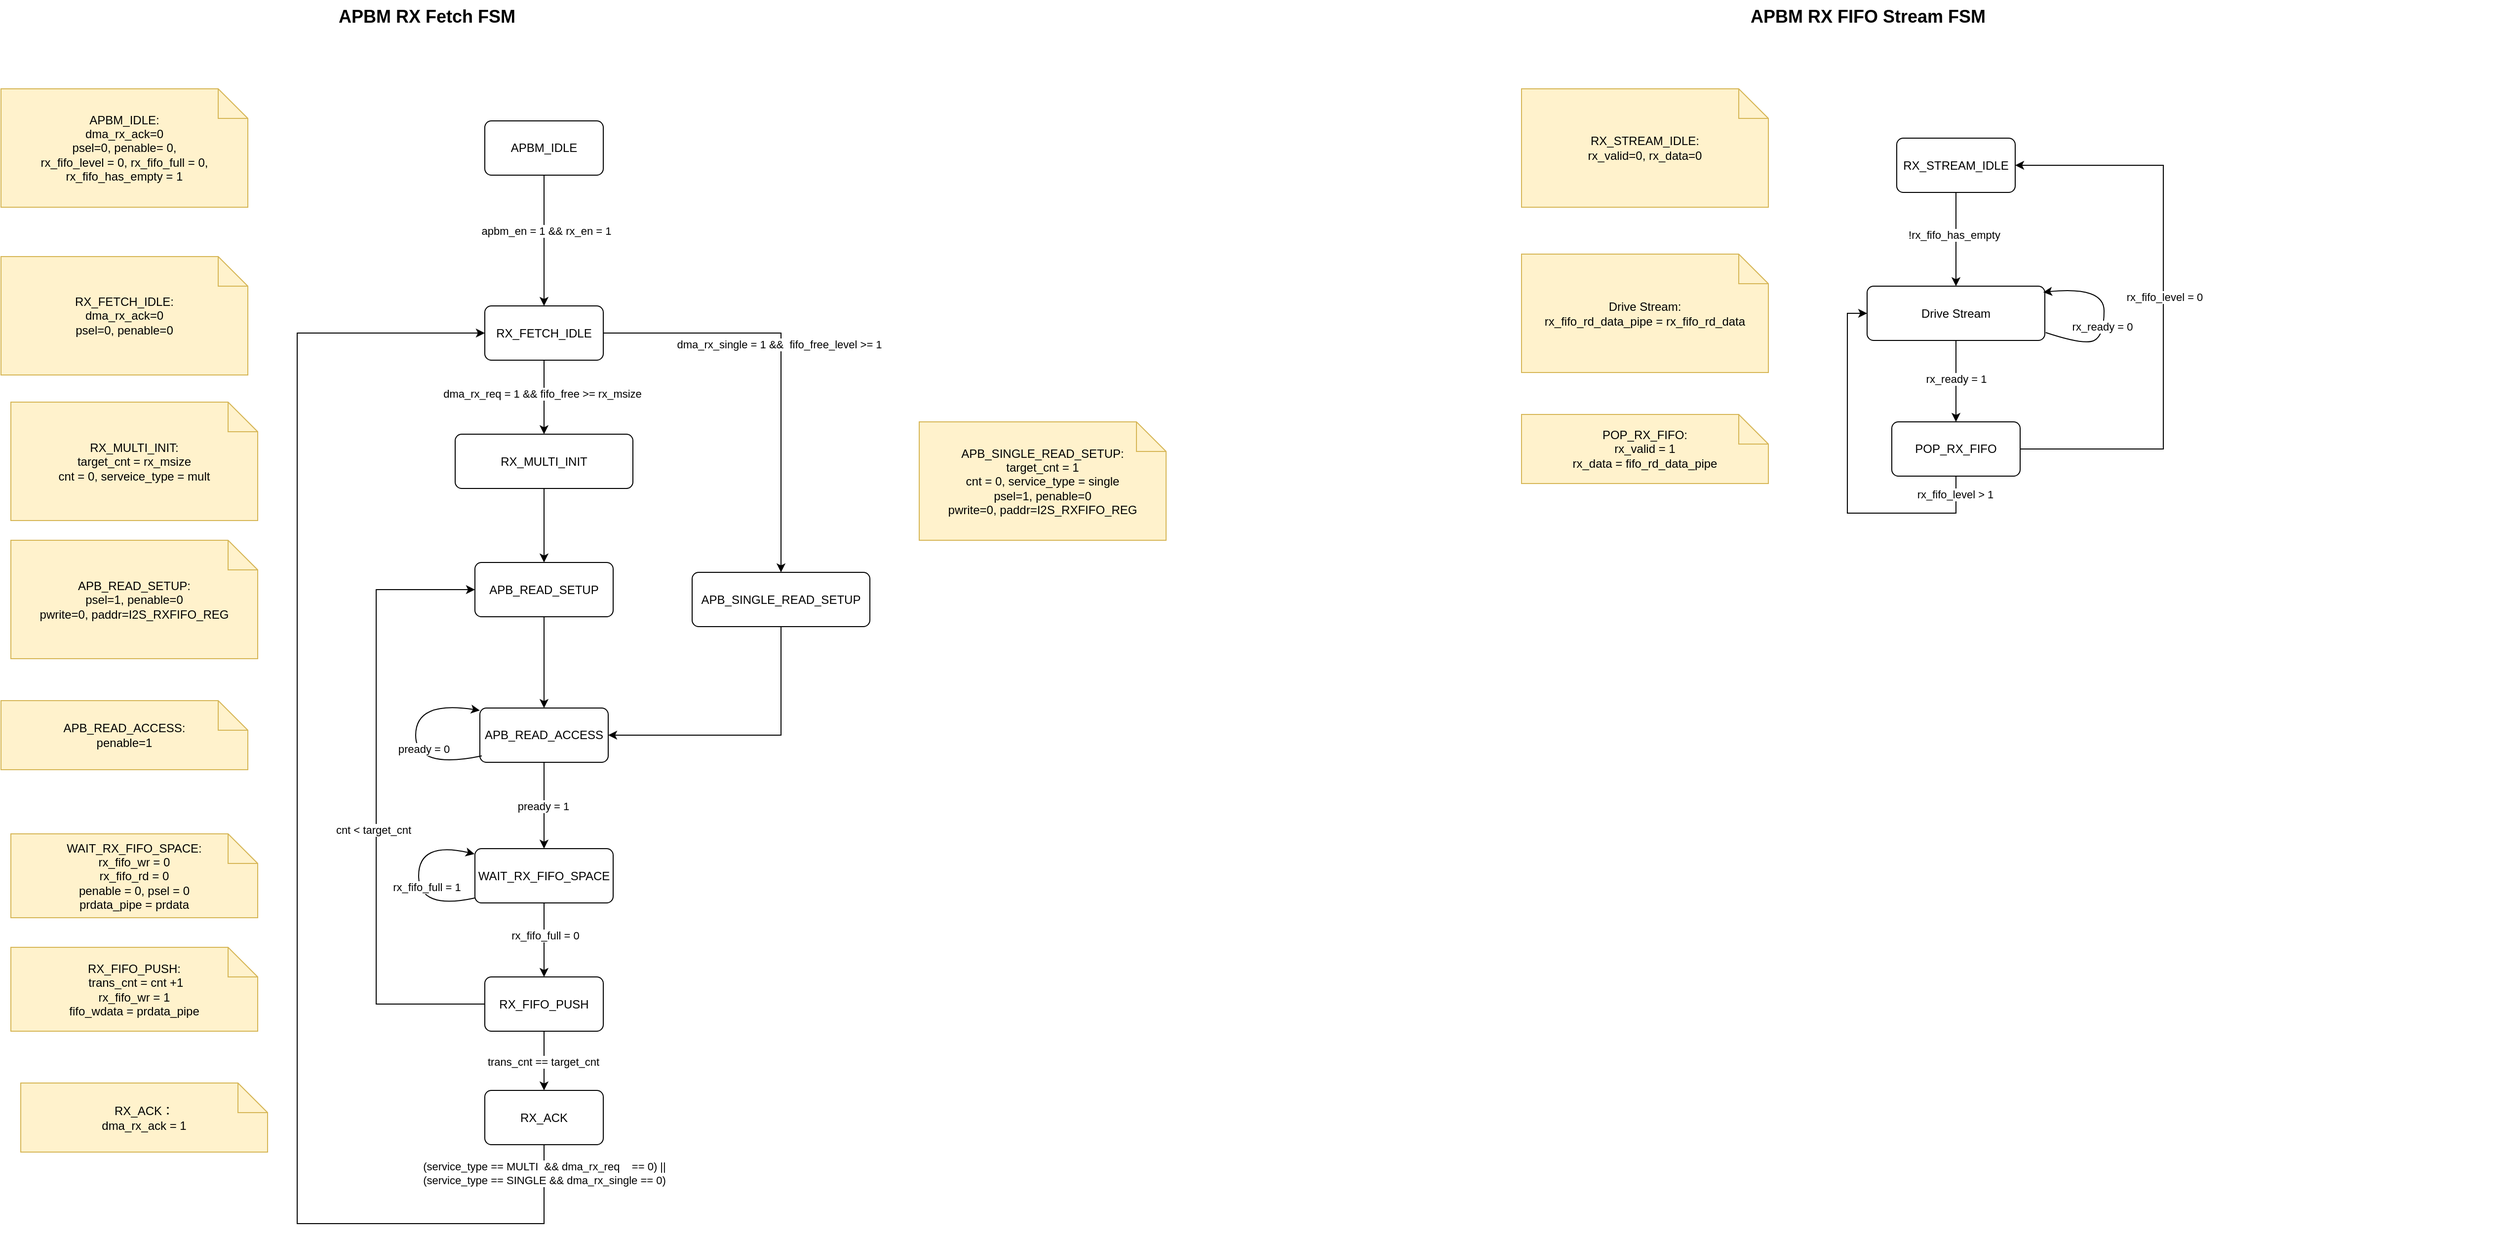
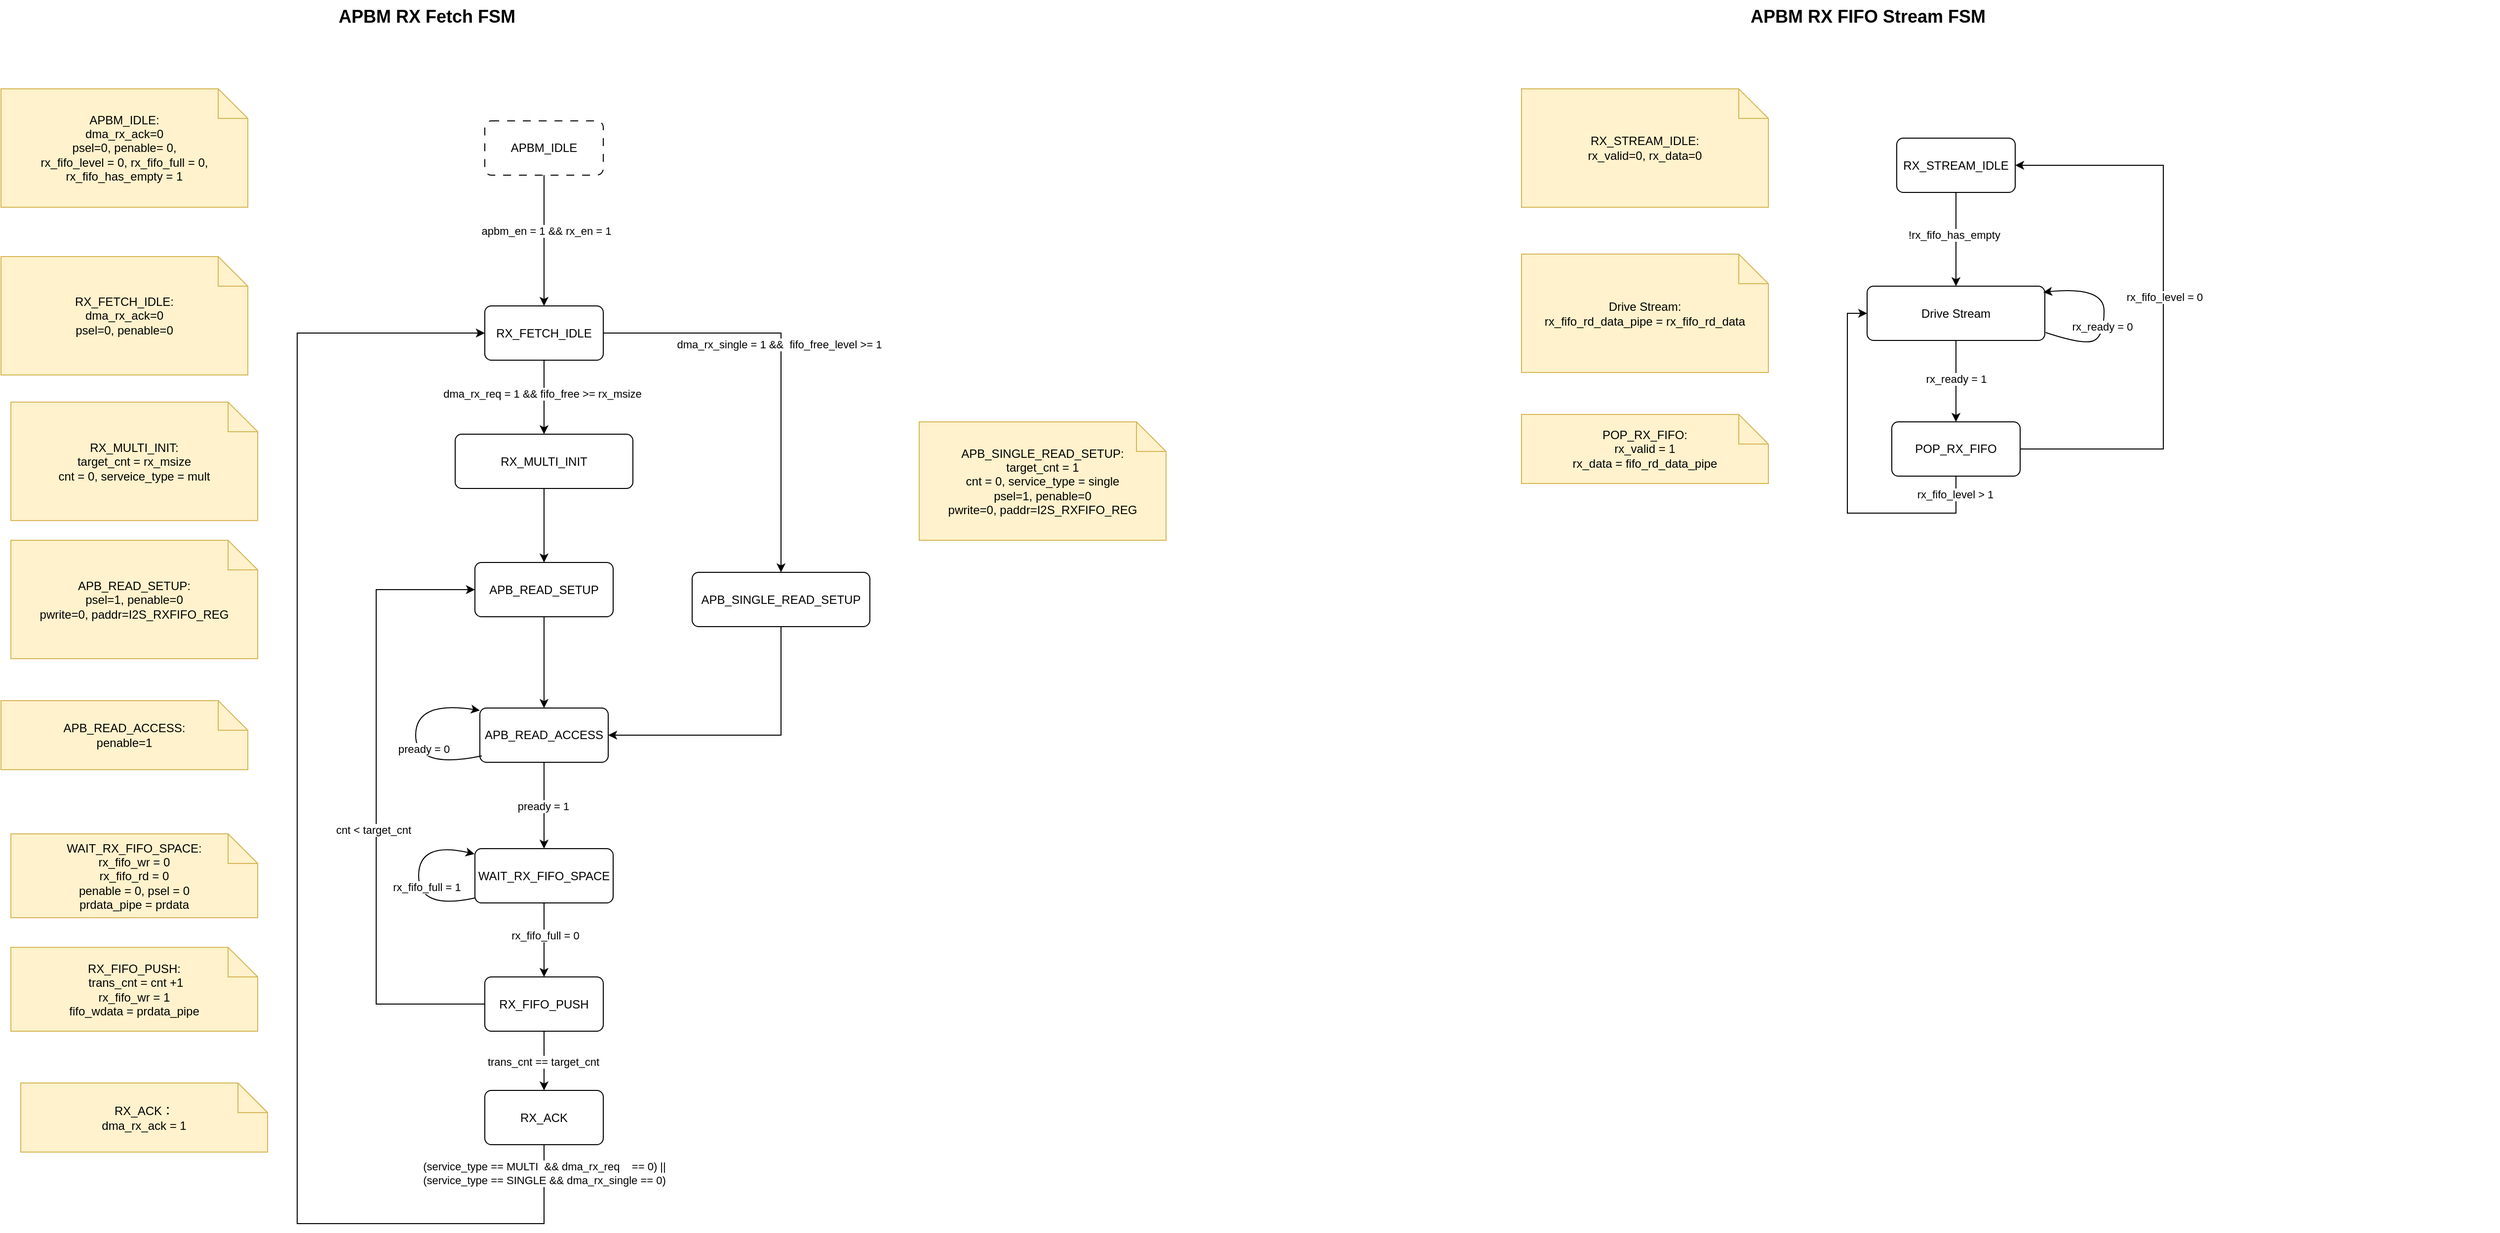
- <mxfile host="Electron" agent="ChatGPT">
+ <mxfile host="app.diagrams.net" agent="ChatGPT">
  <diagram id="apbm_rx_fetch_fsm" name="APBM_RX_Fetch_FSM">
-     <mxGraphModel dx="4502" dy="2156" grid="1" gridSize="10" guides="1" tooltips="1" connect="1" arrows="1" fold="1" page="1" pageScale="1" pageWidth="1654" pageHeight="2339" math="0" shadow="0">
+     <mxGraphModel dx="2514" dy="486" grid="1" gridSize="10" guides="1" tooltips="1" connect="1" arrows="1" fold="1" page="1" pageScale="1" pageWidth="1654" pageHeight="2339" math="0" shadow="0">
      <root>
        <mxCell id="0" />
        <mxCell id="1" parent="0" />
        <mxCell id="title" parent="1" style="text;html=1;strokeColor=none;fillColor=none;fontSize=18;fontStyle=1;" value="APBM RX Fetch FSM&amp;nbsp;&amp;nbsp;" vertex="1">
          <mxGeometry height="40" width="760" x="120" y="10" as="geometry" />
        </mxCell>
        <mxCell id="idle" parent="1" style="rounded=1;whiteSpace=wrap;html=1;arcSize=12;fillColor=#ffffff;strokeColor=#000000;" value="RX_FETCH_IDLE" vertex="1">
          <mxGeometry height="55" width="120" x="270" y="320" as="geometry" />
        </mxCell>
        <mxCell id="b5V3izeqS-97gPEoPy1i-3" parent="1" style="rounded=1;whiteSpace=wrap;html=1;arcSize=12;fillColor=#ffffff;strokeColor=#000000;" value="APB_READ_SETUP" vertex="1">
          <mxGeometry height="55" width="140" x="260" y="580" as="geometry" />
        </mxCell>
        <mxCell id="b5V3izeqS-97gPEoPy1i-7" edge="1" parent="1" source="idle" style="endArrow=classic;html=1;rounded=0;exitX=0.5;exitY=1;exitDx=0;exitDy=0;entryX=0.5;entryY=0;entryDx=0;entryDy=0;" target="b5V3izeqS-97gPEoPy1i-90" value="">
          <mxGeometry height="50" relative="1" width="50" as="geometry">
            <mxPoint x="350" y="440" as="sourcePoint" />
            <mxPoint x="330" y="450" as="targetPoint" />
          </mxGeometry>
        </mxCell>
        <mxCell id="b5V3izeqS-97gPEoPy1i-8" connectable="0" parent="b5V3izeqS-97gPEoPy1i-7" style="edgeLabel;html=1;align=center;verticalAlign=middle;resizable=0;points=[];" value="dma_rx_req = 1 &amp;amp;&amp;amp; fifo_free &amp;gt;= rx_msize" vertex="1">
          <mxGeometry relative="1" x="-0.0927" y="-2" as="geometry">
            <mxPoint as="offset" />
          </mxGeometry>
        </mxCell>
        <mxCell id="b5V3izeqS-97gPEoPy1i-9" parent="1" style="shape=note;whiteSpace=wrap;html=1;fillColor=#fff2cc;strokeColor=#d6b656;" value="APB_READ_SETUP:&lt;div&gt;psel=1, penable=0&lt;br&gt;pwrite=0, paddr=I2S_RXFIFO_REG&lt;/div&gt;" vertex="1">
          <mxGeometry height="120" width="250" x="-210" y="557.5" as="geometry" />
        </mxCell>
        <mxCell id="b5V3izeqS-97gPEoPy1i-10" parent="1" style="rounded=1;whiteSpace=wrap;html=1;arcSize=12;fillColor=#ffffff;strokeColor=#000000;" value="APB_READ_ACCESS" vertex="1">
          <mxGeometry height="55" width="130" x="265" y="727.5" as="geometry" />
        </mxCell>
        <mxCell id="b5V3izeqS-97gPEoPy1i-11" edge="1" parent="1" source="b5V3izeqS-97gPEoPy1i-3" style="endArrow=classic;html=1;rounded=0;exitX=0.5;exitY=1;exitDx=0;exitDy=0;entryX=0.5;entryY=0;entryDx=0;entryDy=0;" target="b5V3izeqS-97gPEoPy1i-10" value="">
          <mxGeometry height="50" relative="1" width="50" as="geometry">
            <mxPoint x="340" y="710" as="sourcePoint" />
            <mxPoint x="390" y="660" as="targetPoint" />
          </mxGeometry>
        </mxCell>
        <mxCell id="b5V3izeqS-97gPEoPy1i-13" parent="1" style="shape=note;whiteSpace=wrap;html=1;fillColor=#fff2cc;strokeColor=#d6b656;" value="APB_READ_ACCESS:&lt;br&gt;penable=1" vertex="1">
          <mxGeometry height="70" width="250" x="-220" y="720" as="geometry" />
        </mxCell>
        <mxCell id="b5V3izeqS-97gPEoPy1i-14" edge="1" parent="1" source="b5V3izeqS-97gPEoPy1i-10" style="curved=1;endArrow=classic;html=1;rounded=0;exitX=0.015;exitY=0.881;exitDx=0;exitDy=0;entryX=0;entryY=0;entryDx=0;entryDy=0;exitPerimeter=0;" value="">
          <mxGeometry height="50" relative="1" width="50" as="geometry">
            <Array as="points">
              <mxPoint x="200" y="790" />
              <mxPoint x="200" y="720" />
            </Array>
            <mxPoint x="265" y="785" as="sourcePoint" />
            <mxPoint x="265" y="730" as="targetPoint" />
          </mxGeometry>
        </mxCell>
        <mxCell id="b5V3izeqS-97gPEoPy1i-15" connectable="0" parent="b5V3izeqS-97gPEoPy1i-14" style="edgeLabel;html=1;align=center;verticalAlign=middle;resizable=0;points=[];" value="pready = 0" vertex="1">
          <mxGeometry relative="1" x="-0.1215" y="-8" as="geometry">
            <mxPoint as="offset" />
          </mxGeometry>
        </mxCell>
        <mxCell id="b5V3izeqS-97gPEoPy1i-16" parent="1" style="rounded=1;whiteSpace=wrap;html=1;arcSize=12;fillColor=#ffffff;strokeColor=#000000;" value="WAIT_RX_FIFO_SPACE" vertex="1">
          <mxGeometry height="55" width="140" x="260" y="870" as="geometry" />
        </mxCell>
        <mxCell id="b5V3izeqS-97gPEoPy1i-18" edge="1" parent="1" source="b5V3izeqS-97gPEoPy1i-10" style="endArrow=classic;html=1;rounded=0;exitX=0.5;exitY=1;exitDx=0;exitDy=0;entryX=0.5;entryY=0;entryDx=0;entryDy=0;" target="b5V3izeqS-97gPEoPy1i-16" value="">
          <mxGeometry height="50" relative="1" width="50" as="geometry">
            <mxPoint x="320" y="860" as="sourcePoint" />
            <mxPoint x="370" y="810" as="targetPoint" />
          </mxGeometry>
        </mxCell>
        <mxCell id="b5V3izeqS-97gPEoPy1i-19" connectable="0" parent="b5V3izeqS-97gPEoPy1i-18" style="edgeLabel;html=1;align=center;verticalAlign=middle;resizable=0;points=[];" value="pready = 1" vertex="1">
          <mxGeometry relative="1" x="0.0089" y="-1" as="geometry">
            <mxPoint as="offset" />
          </mxGeometry>
        </mxCell>
        <mxCell id="b5V3izeqS-97gPEoPy1i-20" parent="1" style="shape=note;whiteSpace=wrap;html=1;fillColor=#fff2cc;strokeColor=#d6b656;" value="WAIT_RX_FIFO_SPACE:&lt;div&gt;rx_fifo_wr = 0&lt;/div&gt;&lt;div&gt;rx_fifo_rd = 0&lt;br&gt;&lt;/div&gt;&lt;div&gt;penable = 0, psel = 0&lt;/div&gt;&lt;div&gt;prdata_pipe = prdata&lt;/div&gt;" vertex="1">
          <mxGeometry height="85" width="250" x="-210" y="855" as="geometry" />
        </mxCell>
        <mxCell id="b5V3izeqS-97gPEoPy1i-21" parent="1" style="rounded=1;whiteSpace=wrap;html=1;arcSize=12;fillColor=#ffffff;strokeColor=#000000;" value="RX_ACK" vertex="1">
          <mxGeometry height="55" width="120" x="270" y="1115" as="geometry" />
        </mxCell>
        <mxCell id="b5V3izeqS-97gPEoPy1i-26" edge="1" parent="1" source="b5V3izeqS-97gPEoPy1i-75" style="endArrow=classic;html=1;rounded=0;exitX=0.5;exitY=1;exitDx=0;exitDy=0;" value="">
          <mxGeometry height="50" relative="1" width="50" as="geometry">
            <mxPoint x="329.57" y="1040" as="sourcePoint" />
            <mxPoint x="330" y="1115" as="targetPoint" />
          </mxGeometry>
        </mxCell>
        <mxCell id="b5V3izeqS-97gPEoPy1i-27" connectable="0" parent="b5V3izeqS-97gPEoPy1i-26" style="edgeLabel;html=1;align=center;verticalAlign=middle;resizable=0;points=[];" value="trans_cnt == target_cnt" vertex="1">
          <mxGeometry relative="1" x="0.0089" y="-1" as="geometry">
            <mxPoint as="offset" />
          </mxGeometry>
        </mxCell>
        <mxCell id="b5V3izeqS-97gPEoPy1i-28" parent="1" style="shape=note;whiteSpace=wrap;html=1;fillColor=#fff2cc;strokeColor=#d6b656;" value="RX_ACK：&lt;div&gt;dma_rx_ack = 1&lt;/div&gt;" vertex="1">
          <mxGeometry height="70" width="250" x="-200" y="1107.5" as="geometry" />
        </mxCell>
        <mxCell id="b5V3izeqS-97gPEoPy1i-29" parent="1" style="shape=note;whiteSpace=wrap;html=1;fillColor=#fff2cc;strokeColor=#d6b656;" value="RX_FETCH_IDLE:&lt;div&gt;dma_rx_ack=0&lt;/div&gt;&lt;div&gt;psel=0, penable=0&lt;br&gt;&lt;/div&gt;" vertex="1">
          <mxGeometry height="120" width="250" x="-220" y="270" as="geometry" />
        </mxCell>
        <mxCell id="b5V3izeqS-97gPEoPy1i-30" edge="1" parent="1" source="b5V3izeqS-97gPEoPy1i-21" style="endArrow=classic;html=1;rounded=0;exitX=0.5;exitY=1;exitDx=0;exitDy=0;edgeStyle=orthogonalEdgeStyle;entryX=0;entryY=0.5;entryDx=0;entryDy=0;" target="idle" value="">
          <mxGeometry height="50" relative="1" width="50" as="geometry">
            <Array as="points">
              <mxPoint x="330" y="1250" />
              <mxPoint x="80" y="1250" />
              <mxPoint x="80" y="348" />
            </Array>
            <mxPoint x="219.95" y="932.5" as="sourcePoint" />
            <mxPoint x="160" y="345" as="targetPoint" />
          </mxGeometry>
        </mxCell>
        <mxCell id="b5V3izeqS-97gPEoPy1i-74" connectable="0" parent="b5V3izeqS-97gPEoPy1i-30" style="edgeLabel;html=1;align=center;verticalAlign=middle;resizable=0;points=[];" value="&lt;div&gt;(service_type == MULTI&amp;nbsp; &amp;amp;&amp;amp; dma_rx_req&amp;nbsp; &amp;nbsp; == 0) ||&lt;/div&gt;&lt;div&gt;(service_type == SINGLE &amp;amp;&amp;amp; dma_rx_single == 0)&lt;/div&gt;" vertex="1">
          <mxGeometry relative="1" x="-0.9589" as="geometry">
            <mxPoint as="offset" />
          </mxGeometry>
        </mxCell>
        <mxCell id="b5V3izeqS-97gPEoPy1i-31" edge="1" parent="1" source="idle" style="endArrow=classic;html=1;rounded=0;exitX=1;exitY=0.5;exitDx=0;exitDy=0;edgeStyle=orthogonalEdgeStyle;entryX=0.5;entryY=0;entryDx=0;entryDy=0;" target="b5V3izeqS-97gPEoPy1i-34" value="">
          <mxGeometry height="50" relative="1" width="50" as="geometry">
            <mxPoint x="560" y="420" as="sourcePoint" />
            <mxPoint x="570" y="440" as="targetPoint" />
          </mxGeometry>
        </mxCell>
        <mxCell id="b5V3izeqS-97gPEoPy1i-32" connectable="0" parent="b5V3izeqS-97gPEoPy1i-31" style="edgeLabel;html=1;align=center;verticalAlign=middle;resizable=0;points=[];" value="dma_rx_single = 1 &amp;amp;&amp;amp;&amp;nbsp; fifo_free_level &amp;gt;= 1" vertex="1">
          <mxGeometry relative="1" x="-0.0927" y="-2" as="geometry">
            <mxPoint as="offset" />
          </mxGeometry>
        </mxCell>
        <mxCell id="b5V3izeqS-97gPEoPy1i-34" parent="1" style="rounded=1;whiteSpace=wrap;html=1;arcSize=12;fillColor=#ffffff;strokeColor=#000000;" value="APB_SINGLE_READ_SETUP" vertex="1">
          <mxGeometry height="55" width="180" x="480" y="590" as="geometry" />
        </mxCell>
        <mxCell id="b5V3izeqS-97gPEoPy1i-35" parent="1" style="shape=note;whiteSpace=wrap;html=1;fillColor=#fff2cc;strokeColor=#d6b656;" value="APB_SINGLE_READ_SETUP:&lt;div&gt;target_cnt = 1&lt;br&gt;cnt = 0, service_type = single&lt;/div&gt;&lt;div&gt;psel=1, penable=0&lt;br&gt;pwrite=0, paddr=I2S_RXFIFO_REG&lt;/div&gt;" vertex="1">
          <mxGeometry height="120" width="250" x="710" y="437.5" as="geometry" />
        </mxCell>
        <mxCell id="b5V3izeqS-97gPEoPy1i-39" edge="1" parent="1" source="b5V3izeqS-97gPEoPy1i-34" style="endArrow=classic;html=1;rounded=0;exitX=0.5;exitY=1;exitDx=0;exitDy=0;entryX=1;entryY=0.5;entryDx=0;entryDy=0;edgeStyle=orthogonalEdgeStyle;" target="b5V3izeqS-97gPEoPy1i-10" value="">
          <mxGeometry height="50" relative="1" width="50" as="geometry">
            <mxPoint x="540" y="830" as="sourcePoint" />
            <mxPoint x="590" y="780" as="targetPoint" />
          </mxGeometry>
        </mxCell>
        <mxCell id="b5V3izeqS-97gPEoPy1i-40" parent="1" style="text;html=1;strokeColor=none;fillColor=none;fontSize=18;fontStyle=1;" value="APBM RX FIFO Stream FSM&amp;nbsp;&amp;nbsp;" vertex="1">
          <mxGeometry height="40" width="760" x="1550" y="10" as="geometry" />
        </mxCell>
        <mxCell id="b5V3izeqS-97gPEoPy1i-41" parent="1" style="rounded=1;whiteSpace=wrap;html=1;arcSize=12;fillColor=#ffffff;strokeColor=#000000;" value="RX_STREAM_IDLE" vertex="1">
          <mxGeometry height="55" width="120" x="1700" y="150" as="geometry" />
        </mxCell>
        <mxCell id="b5V3izeqS-97gPEoPy1i-42" parent="1" style="rounded=1;whiteSpace=wrap;html=1;arcSize=12;fillColor=#ffffff;strokeColor=#000000;" value="Drive Stream" vertex="1">
          <mxGeometry height="55" width="180" x="1670" y="300" as="geometry" />
        </mxCell>
        <mxCell id="b5V3izeqS-97gPEoPy1i-43" edge="1" parent="1" source="b5V3izeqS-97gPEoPy1i-41" style="endArrow=classic;html=1;rounded=0;exitX=0.5;exitY=1;exitDx=0;exitDy=0;entryX=0.5;entryY=0;entryDx=0;entryDy=0;" target="b5V3izeqS-97gPEoPy1i-42" value="">
          <mxGeometry height="50" relative="1" width="50" as="geometry">
            <mxPoint x="1780" y="270" as="sourcePoint" />
            <mxPoint x="1830" y="220" as="targetPoint" />
          </mxGeometry>
        </mxCell>
        <mxCell id="b5V3izeqS-97gPEoPy1i-44" connectable="0" parent="b5V3izeqS-97gPEoPy1i-43" style="edgeLabel;html=1;align=center;verticalAlign=middle;resizable=0;points=[];" value="!rx_fifo_has_empty" vertex="1">
          <mxGeometry relative="1" x="-0.0927" y="-2" as="geometry">
            <mxPoint as="offset" />
          </mxGeometry>
        </mxCell>
        <mxCell id="b5V3izeqS-97gPEoPy1i-45" parent="1" style="shape=note;whiteSpace=wrap;html=1;fillColor=#fff2cc;strokeColor=#d6b656;" value="Drive Stream:&lt;div&gt;rx_fifo_rd_data_pipe = rx_fifo_rd_data&lt;br&gt;&lt;/div&gt;" vertex="1">
          <mxGeometry height="120" width="250" x="1320" y="267.5" as="geometry" />
        </mxCell>
        <mxCell id="b5V3izeqS-97gPEoPy1i-46" parent="1" style="rounded=1;whiteSpace=wrap;html=1;arcSize=12;fillColor=#ffffff;strokeColor=#000000;" value="POP_RX_FIFO" vertex="1">
          <mxGeometry height="55" width="130" x="1695" y="437.5" as="geometry" />
        </mxCell>
        <mxCell id="b5V3izeqS-97gPEoPy1i-47" edge="1" parent="1" source="b5V3izeqS-97gPEoPy1i-42" style="endArrow=classic;html=1;rounded=0;exitX=0.5;exitY=1;exitDx=0;exitDy=0;entryX=0.5;entryY=0;entryDx=0;entryDy=0;" target="b5V3izeqS-97gPEoPy1i-46" value="">
          <mxGeometry height="50" relative="1" width="50" as="geometry">
            <mxPoint x="1770" y="420" as="sourcePoint" />
            <mxPoint x="1820" y="370" as="targetPoint" />
          </mxGeometry>
        </mxCell>
        <mxCell id="b5V3izeqS-97gPEoPy1i-68" connectable="0" parent="b5V3izeqS-97gPEoPy1i-47" style="edgeLabel;html=1;align=center;verticalAlign=middle;resizable=0;points=[];" value="rx_ready = 1" vertex="1">
          <mxGeometry relative="1" x="-0.0537" as="geometry">
            <mxPoint as="offset" />
          </mxGeometry>
        </mxCell>
        <mxCell id="b5V3izeqS-97gPEoPy1i-48" parent="1" style="shape=note;whiteSpace=wrap;html=1;fillColor=#fff2cc;strokeColor=#d6b656;" value="POP_RX_FIFO:&lt;div&gt;rx_valid = 1&lt;/div&gt;&lt;div&gt;rx_data = fifo_rd_data_pipe&lt;/div&gt;" vertex="1">
          <mxGeometry height="70" width="250" x="1320" y="430" as="geometry" />
        </mxCell>
        <mxCell id="b5V3izeqS-97gPEoPy1i-59" parent="1" style="shape=note;whiteSpace=wrap;html=1;fillColor=#fff2cc;strokeColor=#d6b656;" value="RX_STREAM_IDLE:&lt;div&gt;rx_valid=0, rx_data=0&lt;/div&gt;" vertex="1">
          <mxGeometry height="120" width="250" x="1320" y="100" as="geometry" />
        </mxCell>
        <mxCell id="b5V3izeqS-97gPEoPy1i-69" edge="1" parent="1" source="b5V3izeqS-97gPEoPy1i-46" style="endArrow=classic;html=1;rounded=0;exitX=0.5;exitY=1;exitDx=0;exitDy=0;entryX=0;entryY=0.5;entryDx=0;entryDy=0;edgeStyle=orthogonalEdgeStyle;" target="b5V3izeqS-97gPEoPy1i-42" value="">
          <mxGeometry height="50" relative="1" width="50" as="geometry">
            <Array as="points">
              <mxPoint x="1760" y="530" />
              <mxPoint x="1650" y="530" />
              <mxPoint x="1650" y="328" />
            </Array>
            <mxPoint x="1950" y="430" as="sourcePoint" />
            <mxPoint x="2000" y="380" as="targetPoint" />
          </mxGeometry>
        </mxCell>
        <mxCell id="b5V3izeqS-97gPEoPy1i-71" connectable="0" parent="b5V3izeqS-97gPEoPy1i-69" style="edgeLabel;html=1;align=center;verticalAlign=middle;resizable=0;points=[];" value="rx_fifo_level &amp;gt; 1" vertex="1">
          <mxGeometry relative="1" x="-0.9016" y="-1" as="geometry">
            <mxPoint as="offset" />
          </mxGeometry>
        </mxCell>
        <mxCell id="b5V3izeqS-97gPEoPy1i-72" edge="1" parent="1" source="b5V3izeqS-97gPEoPy1i-46" style="endArrow=classic;html=1;rounded=0;exitX=1;exitY=0.5;exitDx=0;exitDy=0;entryX=1;entryY=0.5;entryDx=0;entryDy=0;edgeStyle=orthogonalEdgeStyle;" target="b5V3izeqS-97gPEoPy1i-41" value="">
          <mxGeometry height="50" relative="1" width="50" as="geometry">
            <Array as="points">
              <mxPoint x="1970" y="465" />
              <mxPoint x="1970" y="178" />
            </Array>
            <mxPoint x="1910" y="460" as="sourcePoint" />
            <mxPoint x="1960" y="410" as="targetPoint" />
          </mxGeometry>
        </mxCell>
        <mxCell id="b5V3izeqS-97gPEoPy1i-73" connectable="0" parent="b5V3izeqS-97gPEoPy1i-72" style="edgeLabel;html=1;align=center;verticalAlign=middle;resizable=0;points=[];" value="rx_fifo_level = 0" vertex="1">
          <mxGeometry relative="1" x="0.0267" y="-1" as="geometry">
            <mxPoint as="offset" />
          </mxGeometry>
        </mxCell>
        <mxCell id="b5V3izeqS-97gPEoPy1i-75" parent="1" style="rounded=1;whiteSpace=wrap;html=1;arcSize=12;fillColor=#ffffff;strokeColor=#000000;" value="RX_FIFO_PUSH" vertex="1">
          <mxGeometry height="55" width="120" x="270" y="1000" as="geometry" />
        </mxCell>
        <mxCell id="b5V3izeqS-97gPEoPy1i-76" edge="1" parent="1" source="b5V3izeqS-97gPEoPy1i-16" style="endArrow=classic;html=1;rounded=0;exitX=0.5;exitY=1;exitDx=0;exitDy=0;entryX=0.5;entryY=0;entryDx=0;entryDy=0;" target="b5V3izeqS-97gPEoPy1i-75" value="">
          <mxGeometry height="50" relative="1" width="50" as="geometry">
            <mxPoint x="400" y="990" as="sourcePoint" />
            <mxPoint x="450" y="940" as="targetPoint" />
          </mxGeometry>
        </mxCell>
        <mxCell id="b5V3izeqS-97gPEoPy1i-77" connectable="0" parent="b5V3izeqS-97gPEoPy1i-76" style="edgeLabel;html=1;align=center;verticalAlign=middle;resizable=0;points=[];" value="rx_fifo_full = 0" vertex="1">
          <mxGeometry relative="1" x="-0.1138" y="1" as="geometry">
            <mxPoint as="offset" />
          </mxGeometry>
        </mxCell>
        <mxCell id="b5V3izeqS-97gPEoPy1i-78" edge="1" parent="1" style="curved=1;endArrow=classic;html=1;rounded=0;entryX=-0.002;entryY=0.099;entryDx=0;entryDy=0;entryPerimeter=0;" target="b5V3izeqS-97gPEoPy1i-16" value="">
          <mxGeometry height="50" relative="1" width="50" as="geometry">
            <Array as="points">
              <mxPoint x="203" y="932.5" />
              <mxPoint x="203" y="862.5" />
            </Array>
            <mxPoint x="260" y="920" as="sourcePoint" />
            <mxPoint x="268" y="872.5" as="targetPoint" />
          </mxGeometry>
        </mxCell>
        <mxCell id="b5V3izeqS-97gPEoPy1i-79" connectable="0" parent="b5V3izeqS-97gPEoPy1i-78" style="edgeLabel;html=1;align=center;verticalAlign=middle;resizable=0;points=[];" value="rx_fifo_full = 1" vertex="1">
          <mxGeometry relative="1" x="-0.1215" y="-8" as="geometry">
            <mxPoint as="offset" />
          </mxGeometry>
        </mxCell>
        <mxCell id="b5V3izeqS-97gPEoPy1i-80" parent="1" style="shape=note;whiteSpace=wrap;html=1;fillColor=#fff2cc;strokeColor=#d6b656;" value="RX_FIFO_PUSH:&lt;div&gt;&amp;nbsp;trans_cnt = cnt +1&lt;br&gt;&lt;/div&gt;&lt;div&gt;rx_fifo_wr = 1&lt;br&gt;fifo_wdata = prdata_pipe&lt;/div&gt;" vertex="1">
          <mxGeometry height="85" width="250" x="-210" y="970" as="geometry" />
        </mxCell>
-         <mxCell id="b5V3izeqS-97gPEoPy1i-81" parent="1" style="rounded=1;whiteSpace=wrap;html=1;arcSize=12;fillColor=#ffffff;strokeColor=#000000;" value="APBM_IDLE" vertex="1">
+         <mxCell id="b5V3izeqS-97gPEoPy1i-81" parent="1" style="rounded=1;whiteSpace=wrap;html=1;arcSize=12;fillColor=#ffffff;strokeColor=#000000;dashed=1;dashPattern=8 8;" value="APBM_IDLE" vertex="1">
          <mxGeometry height="55" width="120" x="270" y="132.5" as="geometry" />
        </mxCell>
        <mxCell id="b5V3izeqS-97gPEoPy1i-82" edge="1" parent="1" source="b5V3izeqS-97gPEoPy1i-81" style="endArrow=classic;html=1;rounded=0;exitX=0.5;exitY=1;exitDx=0;exitDy=0;" target="idle" value="">
          <mxGeometry height="50" relative="1" width="50" as="geometry">
            <mxPoint x="370" y="240" as="sourcePoint" />
            <mxPoint x="420" y="190" as="targetPoint" />
          </mxGeometry>
        </mxCell>
        <mxCell id="b5V3izeqS-97gPEoPy1i-83" connectable="0" parent="b5V3izeqS-97gPEoPy1i-82" style="edgeLabel;html=1;align=center;verticalAlign=middle;resizable=0;points=[];" value="apbm_en = 1 &amp;amp;&amp;amp; rx_en = 1" vertex="1">
          <mxGeometry relative="1" x="-0.1446" y="2" as="geometry">
            <mxPoint as="offset" />
          </mxGeometry>
        </mxCell>
        <mxCell id="b5V3izeqS-97gPEoPy1i-84" parent="1" style="shape=note;whiteSpace=wrap;html=1;fillColor=#fff2cc;strokeColor=#d6b656;" value="APBM_IDLE:&lt;div&gt;dma_rx_ack=0&lt;/div&gt;&lt;div&gt;psel=0, penable= 0,&lt;br&gt;&lt;/div&gt;&lt;div&gt;rx_fifo_level = 0, rx_fifo_full = 0, rx_fifo_has_empty = 1&lt;/div&gt;" vertex="1">
          <mxGeometry height="120" width="250" x="-220" y="100" as="geometry" />
        </mxCell>
        <mxCell id="b5V3izeqS-97gPEoPy1i-85" edge="1" parent="1" source="b5V3izeqS-97gPEoPy1i-75" style="endArrow=classic;html=1;rounded=0;exitX=0;exitY=0.5;exitDx=0;exitDy=0;edgeStyle=orthogonalEdgeStyle;entryX=0;entryY=0.5;entryDx=0;entryDy=0;" target="b5V3izeqS-97gPEoPy1i-3" value="">
          <mxGeometry height="50" relative="1" width="50" as="geometry">
            <Array as="points">
              <mxPoint x="160" y="1028" />
              <mxPoint x="160" y="608" />
            </Array>
            <mxPoint x="40" y="1026.88" as="sourcePoint" />
            <mxPoint x="110" y="690" as="targetPoint" />
          </mxGeometry>
        </mxCell>
        <mxCell id="b5V3izeqS-97gPEoPy1i-86" connectable="0" parent="b5V3izeqS-97gPEoPy1i-85" style="edgeLabel;html=1;align=center;verticalAlign=middle;resizable=0;points=[];" value="cnt &amp;lt; target_cnt" vertex="1">
          <mxGeometry relative="1" x="-0.0902" y="3" as="geometry">
            <mxPoint as="offset" />
          </mxGeometry>
        </mxCell>
        <mxCell id="b5V3izeqS-97gPEoPy1i-87" edge="1" parent="1" source="b5V3izeqS-97gPEoPy1i-42" style="curved=1;endArrow=classic;html=1;rounded=0;entryX=0.991;entryY=0.112;entryDx=0;entryDy=0;exitX=1.005;exitY=0.854;exitDx=0;exitDy=0;exitPerimeter=0;entryPerimeter=0;" target="b5V3izeqS-97gPEoPy1i-42" value="">
          <mxGeometry height="50" relative="1" width="50" as="geometry">
            <Array as="points">
              <mxPoint x="1890" y="360" />
              <mxPoint x="1910" y="350" />
              <mxPoint x="1910" y="300" />
            </Array>
            <mxPoint x="1860" y="420" as="sourcePoint" />
            <mxPoint x="1910" y="370" as="targetPoint" />
          </mxGeometry>
        </mxCell>
        <mxCell id="b5V3izeqS-97gPEoPy1i-88" connectable="0" parent="b5V3izeqS-97gPEoPy1i-87" style="edgeLabel;html=1;align=center;verticalAlign=middle;resizable=0;points=[];" value="rx_ready = 0" vertex="1">
          <mxGeometry relative="1" x="-0.1698" y="2" as="geometry">
            <mxPoint as="offset" />
          </mxGeometry>
        </mxCell>
        <mxCell id="b5V3izeqS-97gPEoPy1i-90" parent="1" style="rounded=1;whiteSpace=wrap;html=1;arcSize=12;fillColor=#ffffff;strokeColor=#000000;" value="RX_MULTI_INIT" vertex="1">
          <mxGeometry height="55" width="180" x="240" y="450" as="geometry" />
        </mxCell>
        <mxCell id="b5V3izeqS-97gPEoPy1i-91" edge="1" parent="1" source="b5V3izeqS-97gPEoPy1i-90" style="endArrow=classic;html=1;rounded=0;exitX=0.5;exitY=1;exitDx=0;exitDy=0;entryX=0.5;entryY=0;entryDx=0;entryDy=0;" target="b5V3izeqS-97gPEoPy1i-3" value="">
          <mxGeometry height="50" relative="1" width="50" as="geometry">
            <mxPoint x="320" y="520" as="sourcePoint" />
            <mxPoint x="320" y="585" as="targetPoint" />
          </mxGeometry>
        </mxCell>
        <mxCell id="b5V3izeqS-97gPEoPy1i-92" parent="1" style="shape=note;whiteSpace=wrap;html=1;fillColor=#fff2cc;strokeColor=#d6b656;" value="RX_MULTI_INIT:&lt;div&gt;target_cnt = rx_msize&lt;br&gt;cnt = 0, serveice_type = mult&lt;/div&gt;" vertex="1">
          <mxGeometry height="120" width="250" x="-210" y="417.5" as="geometry" />
        </mxCell>
      </root>
    </mxGraphModel>
  </diagram>
</mxfile>
